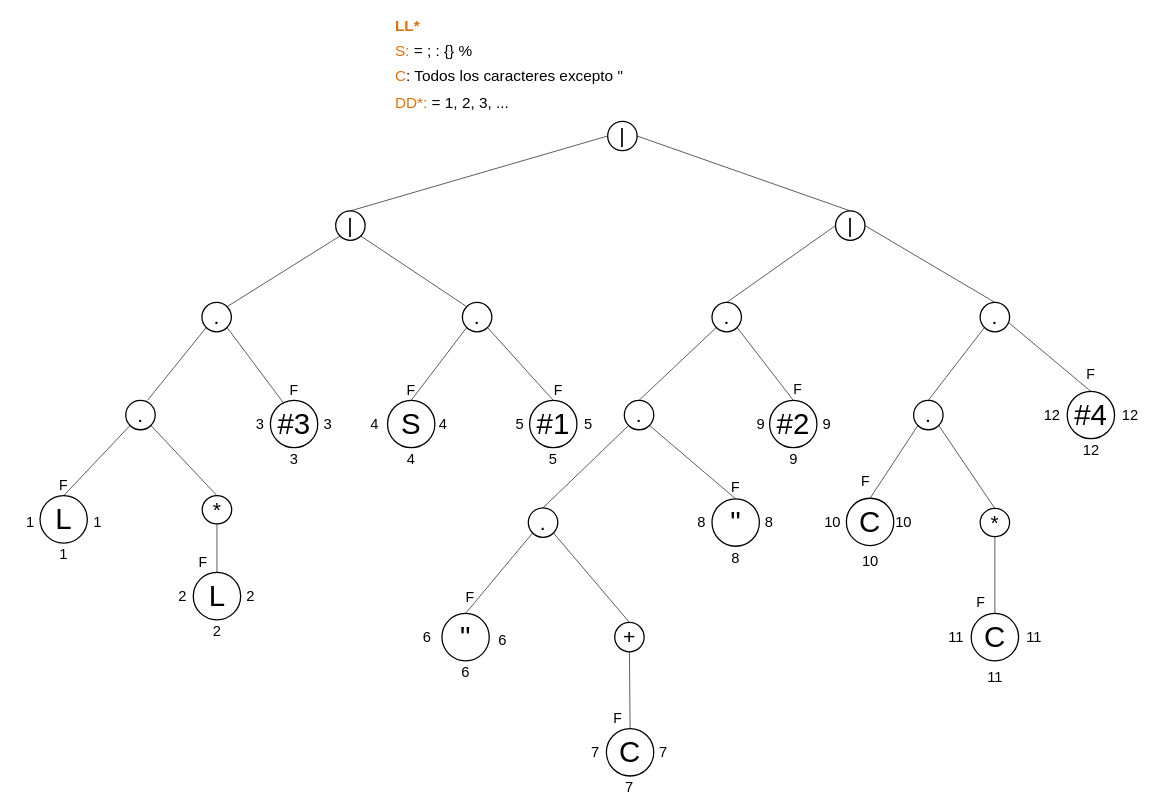
Farot3/-LFP-2S24Proyectos_202307820 keeps this draw.io diagram as Proyecto1/Documentación/Manual Tecnico/Diagrama sin título.drawio. Above is the earlier version. Source tidied: cells renumbered, new cells numbered last; positions are measured from the earlier drawing's top-left corner, leaving out a move shared by most shapes. Both pictures are drawn from the tidied source at 64%, with x=0, y=0 at pixel (11, 11).
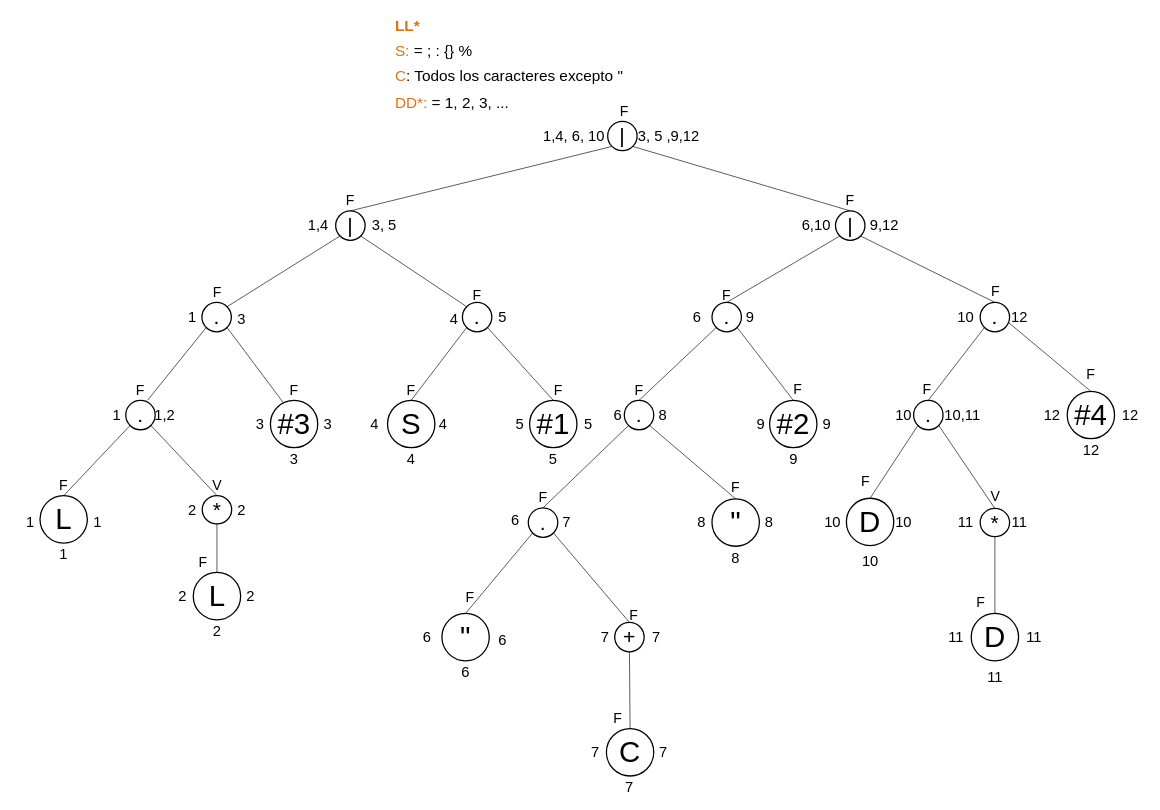
Above is the later version.

Unchanged cells that the change refers to:
```xml
<mxCell id="2" value="." style="strokeWidth=2;html=1;shape=mxgraph.flowchart.start_2;whiteSpace=wrap;direction=south;fontSize=33;" parent="1" vertex="1">
  <mxGeometry x="1095" y="455" width="46" height="46" as="geometry" />
</mxCell>
<mxCell id="6" value="|" style="strokeWidth=2;html=1;shape=mxgraph.flowchart.start_2;whiteSpace=wrap;direction=south;fontSize=33;" parent="1" vertex="1">
  <mxGeometry x="932" y="172" width="46" height="46" as="geometry" />
</mxCell>
<mxCell id="7" value="|" style="strokeWidth=2;html=1;shape=mxgraph.flowchart.start_2;whiteSpace=wrap;direction=south;fontSize=33;" parent="1" vertex="1">
  <mxGeometry x="507" y="312" width="46" height="46" as="geometry" />
</mxCell>
<mxCell id="42" value="|" style="strokeWidth=2;html=1;shape=mxgraph.flowchart.start_2;whiteSpace=wrap;direction=south;fontSize=33;" parent="1" vertex="1">
  <mxGeometry x="1288" y="312" width="46" height="46" as="geometry" />
</mxCell>
<mxCell id="45" value="." style="strokeWidth=2;html=1;shape=mxgraph.flowchart.start_2;whiteSpace=wrap;direction=south;fontSize=33;" parent="1" vertex="1">
  <mxGeometry x="1514" y="455" width="46" height="46" as="geometry" />
</mxCell>
```

Diff of the diagram source:
```diff
@@
-    <mxCell id="8" style="endArrow=none;html=1;rounded=0;exitX=0;exitY=0.5;exitDx=0;exitDy=0;exitPerimeter=0;entryX=0.5;entryY=1;entryDx=0;entryDy=0;entryPerimeter=0;" parent="1" edge="1" source="7" target="6">
+    <mxCell id="8" style="endArrow=none;html=1;rounded=0;exitX=0;exitY=0.5;exitDx=0;exitDy=0;exitPerimeter=0;entryX=0.855;entryY=0.855;entryDx=0;entryDy=0;entryPerimeter=0;" parent="1" edge="1" source="7" target="6">
       <mxGeometry relative="1" as="geometry" />
     </mxCell>
@@
-    <mxCell id="43" style="endArrow=none;html=1;rounded=0;entryX=0.5;entryY=0;entryDx=0;entryDy=0;entryPerimeter=0;exitX=0;exitY=0.5;exitDx=0;exitDy=0;exitPerimeter=0;" parent="1" edge="1" source="42" target="6">
+    <mxCell id="43" style="endArrow=none;html=1;rounded=0;entryX=0.855;entryY=0.145;entryDx=0;entryDy=0;entryPerimeter=0;exitX=0;exitY=0.5;exitDx=0;exitDy=0;exitPerimeter=0;" parent="1" edge="1" source="42" target="6">
       <mxGeometry relative="1" as="geometry" />
     </mxCell>
-    <mxCell id="44" style="endArrow=none;html=1;rounded=0;strokeColor=default;align=center;verticalAlign=middle;fontFamily=Helvetica;fontSize=11;fontColor=default;labelBackgroundColor=default;edgeStyle=none;exitX=0;exitY=0.5;exitDx=0;exitDy=0;exitPerimeter=0;entryX=0.5;entryY=1;entryDx=0;entryDy=0;entryPerimeter=0;" parent="1" edge="1" source="2" target="42">
+    <mxCell id="44" style="endArrow=none;html=1;rounded=0;strokeColor=default;align=center;verticalAlign=middle;fontFamily=Helvetica;fontSize=11;fontColor=default;labelBackgroundColor=default;edgeStyle=none;exitX=0;exitY=0.5;exitDx=0;exitDy=0;exitPerimeter=0;entryX=0.855;entryY=0.855;entryDx=0;entryDy=0;entryPerimeter=0;" parent="1" edge="1" source="2" target="42">
       <mxGeometry relative="1" as="geometry" />
     </mxCell>
@@
-    <mxCell id="46" style="endArrow=none;html=1;rounded=0;strokeColor=default;align=center;verticalAlign=middle;fontFamily=Helvetica;fontSize=11;fontColor=default;labelBackgroundColor=default;edgeStyle=none;entryX=0.5;entryY=0;entryDx=0;entryDy=0;entryPerimeter=0;exitX=0;exitY=0.5;exitDx=0;exitDy=0;exitPerimeter=0;" parent="1" edge="1" source="45" target="42">
+    <mxCell id="46" style="endArrow=none;html=1;rounded=0;strokeColor=default;align=center;verticalAlign=middle;fontFamily=Helvetica;fontSize=11;fontColor=default;labelBackgroundColor=default;edgeStyle=none;entryX=0.855;entryY=0.145;entryDx=0;entryDy=0;entryPerimeter=0;exitX=0;exitY=0.5;exitDx=0;exitDy=0;exitPerimeter=0;" parent="1" edge="1" source="45" target="42">
       <mxGeometry relative="1" as="geometry" />
     </mxCell>
@@
-    <mxCell id="51" value="C" style="strokeWidth=2;html=1;shape=mxgraph.flowchart.start_2;whiteSpace=wrap;direction=south;fontSize=46;" parent="1" vertex="1">
+    <mxCell id="51" value="D" style="strokeWidth=2;html=1;shape=mxgraph.flowchart.start_2;whiteSpace=wrap;direction=south;fontSize=46;" parent="1" vertex="1">
       <mxGeometry x="1305" y="761" width="74" height="74" as="geometry" />
     </mxCell>
@@
-    <mxCell id="54" value="C" style="strokeWidth=2;html=1;shape=mxgraph.flowchart.start_2;whiteSpace=wrap;direction=south;fontSize=46;" parent="1" vertex="1">
+    <mxCell id="54" value="D" style="strokeWidth=2;html=1;shape=mxgraph.flowchart.start_2;whiteSpace=wrap;direction=south;fontSize=46;" parent="1" vertex="1">
       <mxGeometry x="1500" y="941" width="74" height="74" as="geometry" />
     </mxCell>
@@
+    <mxCell id="105" value="2" style="text;strokeColor=none;align=center;fillColor=none;html=1;verticalAlign=middle;whiteSpace=wrap;rounded=0;fontSize=23;" parent="1" vertex="1">
+      <mxGeometry x="253" y="761" width="60" height="36" as="geometry" />
+    </mxCell>
+    <mxCell id="106" value="2" style="text;strokeColor=none;align=center;fillColor=none;html=1;verticalAlign=middle;whiteSpace=wrap;rounded=0;fontSize=23;" parent="1" vertex="1">
+      <mxGeometry x="330" y="761" width="60" height="36" as="geometry" />
+    </mxCell>
+    <mxCell id="107" value="1" style="text;strokeColor=none;align=center;fillColor=none;html=1;verticalAlign=middle;whiteSpace=wrap;rounded=0;fontSize=23;" parent="1" vertex="1">
+      <mxGeometry x="135" y="618" width="60" height="26" as="geometry" />
+    </mxCell>
+    <mxCell id="108" value="V" style="text;strokeColor=none;align=center;fillColor=none;html=1;verticalAlign=middle;whiteSpace=wrap;rounded=0;fontSize=22;" parent="1" vertex="1">
+      <mxGeometry x="291.5" y="727" width="60" height="30" as="geometry" />
+    </mxCell>
+    <mxCell id="109" value="1,2" style="text;strokeColor=none;align=center;fillColor=none;html=1;verticalAlign=middle;whiteSpace=wrap;rounded=0;fontSize=23;" parent="1" vertex="1">
+      <mxGeometry x="210" y="618" width="60" height="26" as="geometry" />
+    </mxCell>
+    <mxCell id="110" value="F" style="text;strokeColor=none;align=center;fillColor=none;html=1;verticalAlign=middle;whiteSpace=wrap;rounded=0;fontSize=22;" parent="1" vertex="1">
+      <mxGeometry x="172" y="578" width="60" height="30" as="geometry" />
+    </mxCell>
+    <mxCell id="111" value="F" style="text;strokeColor=none;align=center;fillColor=none;html=1;verticalAlign=middle;whiteSpace=wrap;rounded=0;fontSize=22;" parent="1" vertex="1">
+      <mxGeometry x="291.5" y="425" width="60" height="30" as="geometry" />
+    </mxCell>
+    <mxCell id="112" value="3" style="text;strokeColor=none;align=center;fillColor=none;html=1;verticalAlign=middle;whiteSpace=wrap;rounded=0;fontSize=23;" parent="1" vertex="1">
+      <mxGeometry x="330" y="460" width="60" height="42" as="geometry" />
+    </mxCell>
+    <mxCell id="113" value="1" style="text;strokeColor=none;align=center;fillColor=none;html=1;verticalAlign=middle;whiteSpace=wrap;rounded=0;fontSize=23;" parent="1" vertex="1">
+      <mxGeometry x="253" y="465" width="60" height="26" as="geometry" />
+    </mxCell>
+    <mxCell id="114" value="F" style="text;strokeColor=none;align=center;fillColor=none;html=1;verticalAlign=middle;whiteSpace=wrap;rounded=0;fontSize=22;" parent="1" vertex="1">
+      <mxGeometry x="698" y="430" width="60" height="30" as="geometry" />
+    </mxCell>
+    <mxCell id="115" value="4" style="text;strokeColor=none;align=center;fillColor=none;html=1;verticalAlign=middle;whiteSpace=wrap;rounded=0;fontSize=23;" parent="1" vertex="1">
+      <mxGeometry x="662" y="463" width="60" height="36" as="geometry" />
+    </mxCell>
+    <mxCell id="116" value="5" style="text;strokeColor=none;align=center;fillColor=none;html=1;verticalAlign=middle;whiteSpace=wrap;rounded=0;fontSize=23;" parent="1" vertex="1">
+      <mxGeometry x="738" y="460" width="60" height="36" as="geometry" />
+    </mxCell>
+    <mxCell id="117" value="1,4" style="text;strokeColor=none;align=center;fillColor=none;html=1;verticalAlign=middle;whiteSpace=wrap;rounded=0;fontSize=23;" parent="1" vertex="1">
+      <mxGeometry x="450" y="322" width="60" height="26" as="geometry" />
+    </mxCell>
+    <mxCell id="118" value="3, 5" style="text;strokeColor=none;align=center;fillColor=none;html=1;verticalAlign=middle;whiteSpace=wrap;rounded=0;fontSize=23;" parent="1" vertex="1">
+      <mxGeometry x="553" y="322" width="60" height="23" as="geometry" />
+    </mxCell>
+    <mxCell id="119" value="F" style="text;strokeColor=none;align=center;fillColor=none;html=1;verticalAlign=middle;whiteSpace=wrap;rounded=0;fontSize=22;" parent="1" vertex="1">
+      <mxGeometry x="943" y="930" width="60" height="30" as="geometry" />
+    </mxCell>
+    <mxCell id="120" value="7" style="text;strokeColor=none;align=center;fillColor=none;html=1;verticalAlign=middle;whiteSpace=wrap;rounded=0;fontSize=23;" parent="1" vertex="1">
+      <mxGeometry x="978" y="960" width="60" height="36" as="geometry" />
+    </mxCell>
+    <mxCell id="121" value="7" style="text;strokeColor=none;align=center;fillColor=none;html=1;verticalAlign=middle;whiteSpace=wrap;rounded=0;fontSize=23;" parent="1" vertex="1">
+      <mxGeometry x="898" y="960" width="60" height="36" as="geometry" />
+    </mxCell>
+    <mxCell id="122" value="6" style="text;strokeColor=none;align=center;fillColor=none;html=1;verticalAlign=middle;whiteSpace=wrap;rounded=0;fontSize=23;" parent="1" vertex="1">
+      <mxGeometry x="758" y="777" width="60" height="36" as="geometry" />
+    </mxCell>
+    <mxCell id="123" value="7" style="text;strokeColor=none;align=center;fillColor=none;html=1;verticalAlign=middle;whiteSpace=wrap;rounded=0;fontSize=23;" parent="1" vertex="1">
+      <mxGeometry x="838" y="781" width="60" height="36" as="geometry" />
+    </mxCell>
+    <mxCell id="124" value="F" style="text;strokeColor=none;align=center;fillColor=none;html=1;verticalAlign=middle;whiteSpace=wrap;rounded=0;fontSize=22;" parent="1" vertex="1">
+      <mxGeometry x="801" y="746" width="60" height="30" as="geometry" />
+    </mxCell>
+    <mxCell id="125" value="8" style="text;strokeColor=none;align=center;fillColor=none;html=1;verticalAlign=middle;whiteSpace=wrap;rounded=0;fontSize=23;" parent="1" vertex="1">
+      <mxGeometry x="988" y="613" width="61" height="36" as="geometry" />
+    </mxCell>
+    <mxCell id="126" value="6" style="text;strokeColor=none;align=center;fillColor=none;html=1;verticalAlign=middle;whiteSpace=wrap;rounded=0;fontSize=23;" parent="1" vertex="1">
+      <mxGeometry x="918" y="613" width="60" height="36" as="geometry" />
+    </mxCell>
+    <mxCell id="127" value="F" style="text;strokeColor=none;align=center;fillColor=none;html=1;verticalAlign=middle;whiteSpace=wrap;rounded=0;fontSize=22;" parent="1" vertex="1">
+      <mxGeometry x="951" y="578" width="60" height="30" as="geometry" />
+    </mxCell>
+    <mxCell id="128" value="9" style="text;strokeColor=none;align=center;fillColor=none;html=1;verticalAlign=middle;whiteSpace=wrap;rounded=0;fontSize=23;" parent="1" vertex="1">
+      <mxGeometry x="1124" y="460" width="61" height="36" as="geometry" />
+    </mxCell>
+    <mxCell id="129" value="6" style="text;strokeColor=none;align=center;fillColor=none;html=1;verticalAlign=middle;whiteSpace=wrap;rounded=0;fontSize=23;" parent="1" vertex="1">
+      <mxGeometry x="1042" y="460" width="60" height="36" as="geometry" />
+    </mxCell>
+    <mxCell id="130" value="F" style="text;strokeColor=none;align=center;fillColor=none;html=1;verticalAlign=middle;whiteSpace=wrap;rounded=0;fontSize=22;" parent="1" vertex="1">
+      <mxGeometry x="1088" y="430" width="60" height="30" as="geometry" />
+    </mxCell>
+    <mxCell id="131" value="11" style="text;strokeColor=none;align=center;fillColor=none;html=1;verticalAlign=middle;whiteSpace=wrap;rounded=0;fontSize=23;" parent="1" vertex="1">
+      <mxGeometry x="1460.5" y="781" width="61" height="36" as="geometry" />
+    </mxCell>
+    <mxCell id="132" value="11" style="text;strokeColor=none;align=center;fillColor=none;html=1;verticalAlign=middle;whiteSpace=wrap;rounded=0;fontSize=23;" parent="1" vertex="1">
+      <mxGeometry x="1545" y="781" width="61" height="36" as="geometry" />
+    </mxCell>
+    <mxCell id="133" value="V" style="text;strokeColor=none;align=center;fillColor=none;html=1;verticalAlign=middle;whiteSpace=wrap;rounded=0;fontSize=22;" parent="1" vertex="1">
+      <mxGeometry x="1507.5" y="742" width="60" height="34" as="geometry" />
+    </mxCell>
+    <mxCell id="134" value="10" style="text;strokeColor=none;align=center;fillColor=none;html=1;verticalAlign=middle;whiteSpace=wrap;rounded=0;fontSize=23;" parent="1" vertex="1">
+      <mxGeometry x="1364" y="613" width="61" height="36" as="geometry" />
+    </mxCell>
+    <mxCell id="135" value="F" style="text;strokeColor=none;align=center;fillColor=none;html=1;verticalAlign=middle;whiteSpace=wrap;rounded=0;fontSize=22;" parent="1" vertex="1">
+      <mxGeometry x="1400.5" y="574" width="60" height="34" as="geometry" />
+    </mxCell>
+    <mxCell id="136" value="10,11" style="text;strokeColor=none;align=center;fillColor=none;html=1;verticalAlign=middle;whiteSpace=wrap;rounded=0;fontSize=23;" parent="1" vertex="1">
+      <mxGeometry x="1456" y="613" width="61" height="36" as="geometry" />
+    </mxCell>
+    <mxCell id="137" value="F" style="text;strokeColor=none;align=center;fillColor=none;html=1;verticalAlign=middle;whiteSpace=wrap;rounded=0;fontSize=22;" parent="1" vertex="1">
+      <mxGeometry x="1507.5" y="421" width="60" height="34" as="geometry" />
+    </mxCell>
+    <mxCell id="138" value="10" style="text;strokeColor=none;align=center;fillColor=none;html=1;verticalAlign=middle;whiteSpace=wrap;rounded=0;fontSize=23;" parent="1" vertex="1">
+      <mxGeometry x="1460.5" y="460" width="61" height="36" as="geometry" />
+    </mxCell>
+    <mxCell id="139" value="12" style="text;strokeColor=none;align=center;fillColor=none;html=1;verticalAlign=middle;whiteSpace=wrap;rounded=0;fontSize=23;" parent="1" vertex="1">
+      <mxGeometry x="1545" y="460" width="61" height="36" as="geometry" />
+    </mxCell>
+    <mxCell id="140" value="6,10" style="text;strokeColor=none;align=center;fillColor=none;html=1;verticalAlign=middle;whiteSpace=wrap;rounded=0;fontSize=23;" parent="1" vertex="1">
+      <mxGeometry x="1228" y="317" width="60" height="36" as="geometry" />
+    </mxCell>
+    <mxCell id="141" value="9,12" style="text;strokeColor=none;align=center;fillColor=none;html=1;verticalAlign=middle;whiteSpace=wrap;rounded=0;fontSize=23;" parent="1" vertex="1">
+      <mxGeometry x="1334" y="317" width="61" height="36" as="geometry" />
+    </mxCell>
+    <mxCell id="142" value="F" style="text;strokeColor=none;align=center;fillColor=none;html=1;verticalAlign=middle;whiteSpace=wrap;rounded=0;fontSize=22;" parent="1" vertex="1">
+      <mxGeometry x="1281" y="282" width="60" height="30" as="geometry" />
+    </mxCell>
+    <mxCell id="143" value="F" style="text;strokeColor=none;align=center;fillColor=none;html=1;verticalAlign=middle;whiteSpace=wrap;rounded=0;fontSize=22;" parent="1" vertex="1">
+      <mxGeometry x="500" y="282" width="60" height="30" as="geometry" />
+    </mxCell>
+    <mxCell id="144" value="F" style="text;strokeColor=none;align=center;fillColor=none;html=1;verticalAlign=middle;whiteSpace=wrap;rounded=0;fontSize=22;" parent="1" vertex="1">
+      <mxGeometry x="928" y="142" width="60" height="30" as="geometry" />
+    </mxCell>
+    <mxCell id="145" value="1,4, 6, 10" style="text;strokeColor=none;align=center;fillColor=none;html=1;verticalAlign=middle;whiteSpace=wrap;rounded=0;fontSize=23;" parent="1" vertex="1">
+      <mxGeometry x="827" y="182" width="105" height="26" as="geometry" />
+    </mxCell>
+    <mxCell id="146" value="3, 5 ,9,12" style="text;strokeColor=none;align=center;fillColor=none;html=1;verticalAlign=middle;whiteSpace=wrap;rounded=0;fontSize=23;" parent="1" vertex="1">
+      <mxGeometry x="975" y="177" width="105" height="36" as="geometry" />
+    </mxCell>
```
